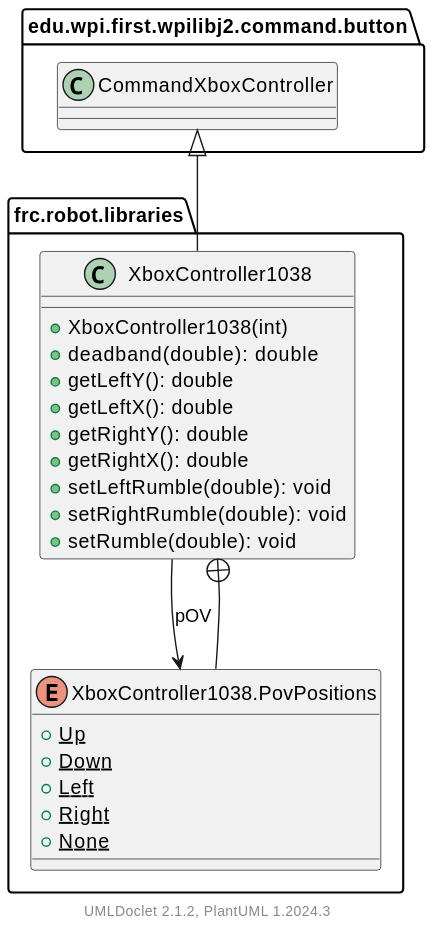
This is docs/uml/frc/robot/libraries/package.svg from LakotaRobotics1038/2026RobotProject, a PlantUML export, as it was before one commit.
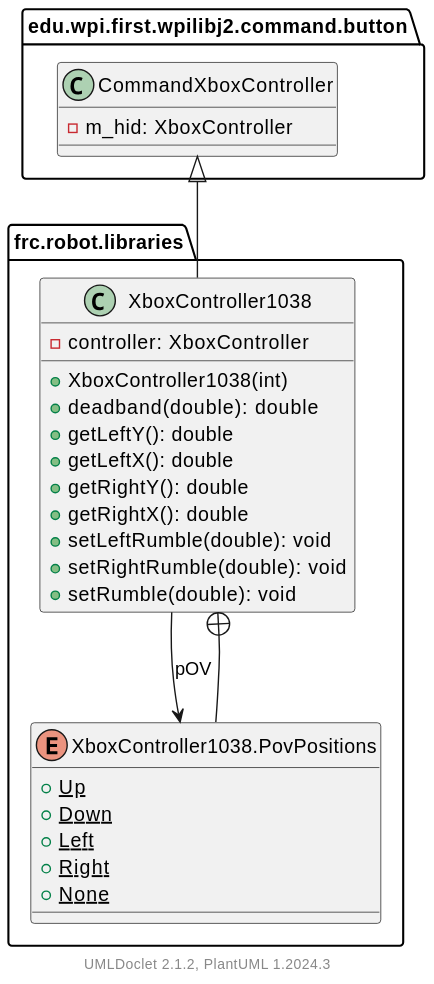
The same diagram one commit later.

Change to the diagram source:
```diff
@@ -4,6 +4,7 @@
     package frc.robot.libraries {
 
         class XboxController1038 [[XboxController1038.html]] {
+            -controller: XboxController
             +XboxController1038(int)
             +deadband(double): double
             +getLeftY(): double
@@ -27,6 +28,7 @@
 
     package edu.wpi.first.wpilibj2.command.button {
         class CommandXboxController {
+            -m_hid: XboxController
         }
     }
 
```
